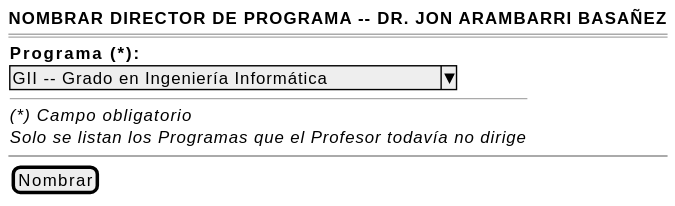
Above: images/RUP/01-requisitos/03-detalle-casos-uso/definirDirectorPrograma/wireframe.svg in mmasias/pyCeldaPublico (PlantUML), before the change. Source of this version:
```plantuml
@startsalt definirDirectorPrograma-wireframe
{
    <b>NOMBRAR DIRECTOR DE PROGRAMA -- DR. JON ARAMBARRI BASAÑEZ</b>
    ====
    {
        <b>Programa (*):</b>
        ^GII -- Grado en Ingeniería Informática^
        --
        <i>(*) Campo obligatorio</i>
        <i>Solo se listan los Programas que el Profesor todavía no dirige</i>
    }
    ~~
    {[Nombrar]}
}
@endsalt
```
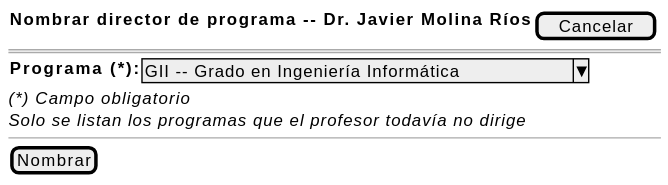
The same file after the commit.

The edit, as a diff of the source:
```diff
@@ -1,15 +1,13 @@
 @startsalt definirDirectorPrograma-wireframe
 {
-    <b>NOMBRAR DIRECTOR DE PROGRAMA -- DR. JON ARAMBARRI BASAÑEZ</b>
+    { <b>Nombrar director de programa -- Dr. Javier Molina Ríos</b> | [ Cancelar ] }
     ====
     {
-        <b>Programa (*):</b>
-        ^GII -- Grado en Ingeniería Informática^
-        --
-        <i>(*) Campo obligatorio</i>
-        <i>Solo se listan los Programas que el Profesor todavía no dirige</i>
+        <b>Programa (*):</b> | ^GII -- Grado en Ingeniería Informática^
     }
-    ~~
-    {[Nombrar]}
+    <i>(*) Campo obligatorio</i>
+    <i>Solo se listan los programas que el profesor todavía no dirige</i>
+    --
+    [Nombrar]
 }
 @endsalt
```
